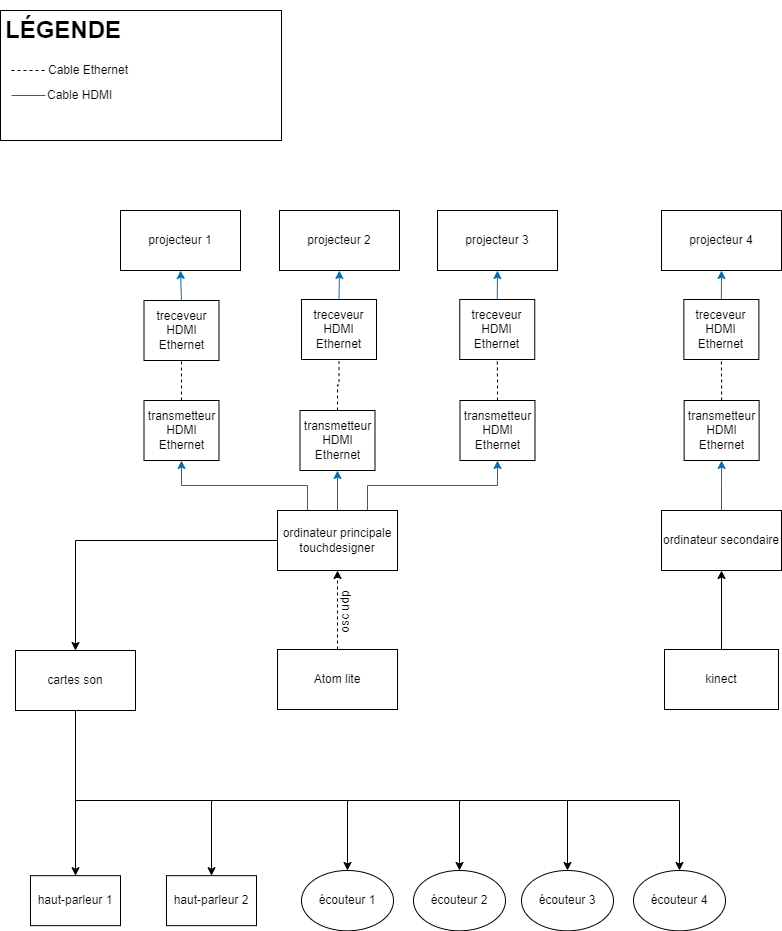
Before: docs/preproduction/medias/schemas/schema_branchement.png, a diagram exported from draw.io (Sonalux-projet2024/Sonalux). Source tidied: cells renumbered, new cells last; positions are measured from the earlier drawing's top-left corner, leaving out a move shared by most shapes.
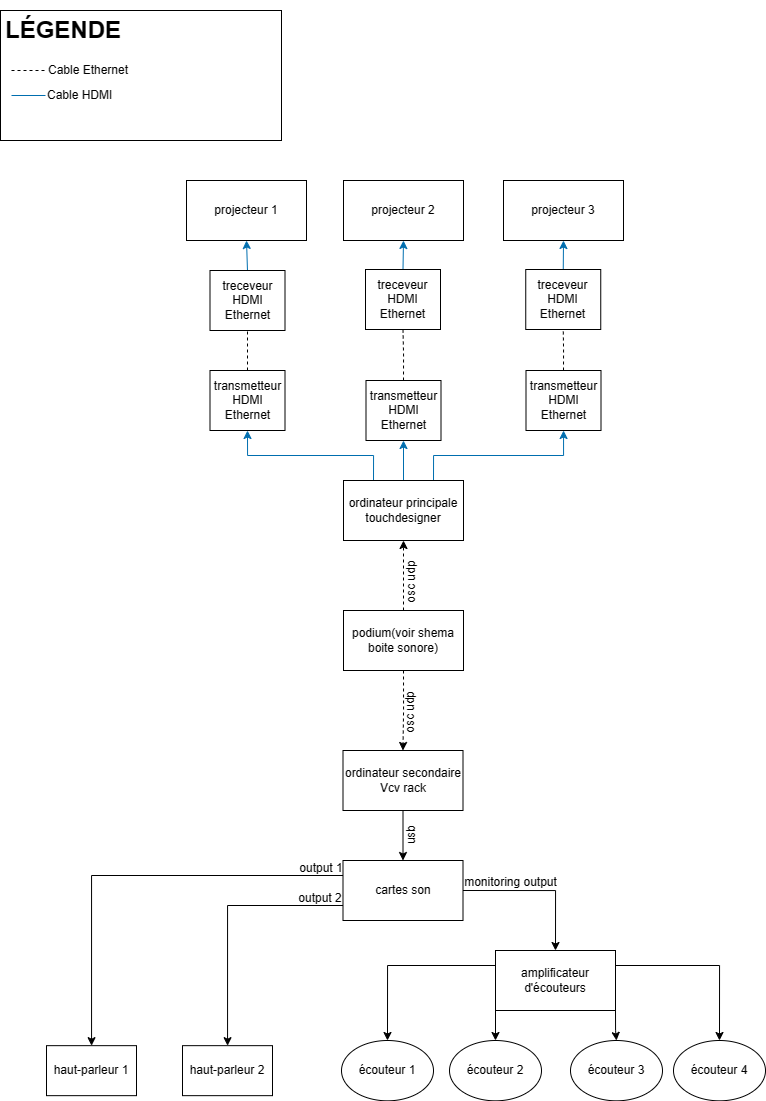
Above is the later version.

Commit message:
update schema de branchement 2024-03-06

What changed in the source:
```diff
@@ -2,9 +2,6 @@
   <root>
     <mxCell id="0" />
     <mxCell id="1" parent="0" />
-    <mxCell id="2" style="edgeStyle=orthogonalEdgeStyle;rounded=0;jettySize=auto;html=1;exitX=0;exitY=0.5;exitDx=0;exitDy=0;entryX=0.5;entryY=0;entryDx=0;entryDy=0;" parent="1" edge="1" source="6" target="17">
-      <mxGeometry relative="1" as="geometry" />
-    </mxCell>
     <mxCell id="3" style="edgeStyle=orthogonalEdgeStyle;rounded=0;jettySize=auto;html=1;exitX=0.25;exitY=0;exitDx=0;exitDy=0;entryX=0.5;entryY=1;entryDx=0;entryDy=0;fillColor=#1ba1e2;strokeColor=#006EAF;" parent="1" edge="1" source="6" target="32">
       <mxGeometry relative="1" as="geometry" />
     </mxCell>
@@ -15,110 +12,64 @@
       <mxGeometry relative="1" as="geometry" />
     </mxCell>
     <mxCell id="6" value="ordinateur principale&lt;br&gt;touchdesigner" style="rounded=0;whiteSpace=wrap;html=1;" parent="1" vertex="1">
-      <mxGeometry x="277" y="500" width="120" height="60" as="geometry" />
+      <mxGeometry x="343" y="470" width="120" height="60" as="geometry" />
     </mxCell>
-    <mxCell id="7" value="projecteur 4" style="whiteSpace=wrap;html=1;" parent="1" vertex="1">
-      <mxGeometry x="661" y="200" width="120" height="60" as="geometry" />
-    </mxCell>
     <mxCell id="8" value="projecteur 3" style="whiteSpace=wrap;html=1;" parent="1" vertex="1">
-      <mxGeometry x="437" y="200" width="120" height="60" as="geometry" />
+      <mxGeometry x="503" y="170" width="120" height="60" as="geometry" />
     </mxCell>
     <mxCell id="9" value="projecteur 2" style="whiteSpace=wrap;html=1;" parent="1" vertex="1">
-      <mxGeometry x="279" y="200" width="120" height="60" as="geometry" />
+      <mxGeometry x="343" y="170" width="120" height="60" as="geometry" />
     </mxCell>
     <mxCell id="10" value="projecteur 1" style="whiteSpace=wrap;html=1;" parent="1" vertex="1">
-      <mxGeometry x="120" y="200" width="120" height="60" as="geometry" />
+      <mxGeometry x="186" y="170" width="120" height="60" as="geometry" />
     </mxCell>
-    <mxCell id="11" style="edgeStyle=orthogonalEdgeStyle;rounded=0;jettySize=auto;html=1;exitX=0.5;exitY=1;exitDx=0;exitDy=0;" parent="1" edge="1" source="17" target="23">
+    <mxCell id="11" style="edgeStyle=orthogonalEdgeStyle;rounded=0;jettySize=auto;html=1;exitX=0;exitY=0.25;exitDx=0;exitDy=0;" parent="1" edge="1" source="17" target="23">
       <mxGeometry relative="1" as="geometry" />
     </mxCell>
-    <mxCell id="12" style="edgeStyle=orthogonalEdgeStyle;rounded=0;jettySize=auto;html=1;exitX=0.5;exitY=1;exitDx=0;exitDy=0;entryX=0.5;entryY=0;entryDx=0;entryDy=0;" parent="1" edge="1" source="17" target="18">
-      <mxGeometry relative="1" as="geometry">
-        <Array as="points">
-          <mxPoint x="75" y="790" />
-          <mxPoint x="211" y="790" />
-        </Array>
-      </mxGeometry>
+    <mxCell id="12" style="edgeStyle=orthogonalEdgeStyle;rounded=0;jettySize=auto;html=1;exitX=0;exitY=0.75;exitDx=0;exitDy=0;" parent="1" edge="1" source="17" target="18">
+      <mxGeometry relative="1" as="geometry" />
     </mxCell>
-    <mxCell id="13" style="edgeStyle=orthogonalEdgeStyle;rounded=0;jettySize=auto;html=1;exitX=0.5;exitY=1;exitDx=0;exitDy=0;" parent="1" edge="1" source="17" target="26">
-      <mxGeometry relative="1" as="geometry">
-        <Array as="points">
-          <mxPoint x="75" y="790" />
-          <mxPoint x="347" y="790" />
-        </Array>
-      </mxGeometry>
-    </mxCell>
-    <mxCell id="14" style="edgeStyle=orthogonalEdgeStyle;rounded=0;jettySize=auto;html=1;exitX=0.5;exitY=1;exitDx=0;exitDy=0;" parent="1" edge="1" source="17" target="27">
-      <mxGeometry relative="1" as="geometry">
-        <Array as="points">
-          <mxPoint x="75" y="790" />
-          <mxPoint x="459" y="790" />
-        </Array>
-      </mxGeometry>
-    </mxCell>
-    <mxCell id="15" style="edgeStyle=orthogonalEdgeStyle;rounded=0;jettySize=auto;html=1;exitX=0.5;exitY=1;exitDx=0;exitDy=0;" parent="1" edge="1" source="17" target="28">
-      <mxGeometry relative="1" as="geometry">
-        <Array as="points">
-          <mxPoint x="75" y="790" />
-          <mxPoint x="567" y="790" />
-        </Array>
-      </mxGeometry>
-    </mxCell>
-    <mxCell id="16" style="edgeStyle=orthogonalEdgeStyle;rounded=0;jettySize=auto;html=1;exitX=0.5;exitY=1;exitDx=0;exitDy=0;" parent="1" edge="1" source="17" target="29">
-      <mxGeometry relative="1" as="geometry">
-        <Array as="points">
-          <mxPoint x="75" y="790" />
-          <mxPoint x="679" y="790" />
-        </Array>
-      </mxGeometry>
-    </mxCell>
+    <mxCell id="53" style="edgeStyle=orthogonalEdgeStyle;rounded=0;jettySize=auto;html=1;exitX=1;exitY=0.5;exitDx=0;exitDy=0;entryX=0.5;entryY=0;entryDx=0;entryDy=0;" parent="1" edge="1" source="17" target="59">
+      <mxGeometry relative="1" as="geometry" />
+    </mxCell>
     <mxCell id="17" value="cartes son" style="whiteSpace=wrap;html=1;" parent="1" vertex="1">
-      <mxGeometry x="15" y="640" width="120" height="60" as="geometry" />
+      <mxGeometry x="342.5" y="850" width="120" height="60" as="geometry" />
     </mxCell>
     <mxCell id="18" value="haut-parleur 2" style="whiteSpace=wrap;html=1;" parent="1" vertex="1">
-      <mxGeometry x="166" y="865.2" width="90" height="50" as="geometry" />
+      <mxGeometry x="182" y="1035.2" width="90" height="50" as="geometry" />
     </mxCell>
-    <mxCell id="19" style="edgeStyle=orthogonalEdgeStyle;rounded=0;jettySize=auto;html=1;exitX=0.5;exitY=0;exitDx=0;exitDy=0;entryX=0.5;entryY=1;entryDx=0;entryDy=0;" parent="1" edge="1" source="20" target="25">
-      <mxGeometry relative="1" as="geometry" />
-    </mxCell>
-    <mxCell id="20" value="kinect" style="whiteSpace=wrap;html=1;" parent="1" vertex="1">
-      <mxGeometry x="664" y="639" width="114" height="60" as="geometry" />
-    </mxCell>
     <mxCell id="21" style="edgeStyle=orthogonalEdgeStyle;rounded=0;jettySize=auto;html=1;exitX=0.5;exitY=0;exitDx=0;exitDy=0;entryX=0.5;entryY=1;entryDx=0;entryDy=0;dashed=1;" parent="1" edge="1" source="22" target="6">
       <mxGeometry relative="1" as="geometry" />
     </mxCell>
+    <mxCell id="54" style="edgeStyle=orthogonalEdgeStyle;rounded=0;jettySize=auto;html=1;exitX=0.5;exitY=1;exitDx=0;exitDy=0;dashed=1;" parent="1" edge="1" source="22" target="61">
+      <mxGeometry relative="1" as="geometry" />
+    </mxCell>
-    <mxCell id="22" value="Atom lite" style="whiteSpace=wrap;html=1;" parent="1" vertex="1">
-      <mxGeometry x="277" y="639" width="120" height="60" as="geometry" />
+    <mxCell id="22" value="podium(voir shema boite sonore)" style="whiteSpace=wrap;html=1;" parent="1" vertex="1">
+      <mxGeometry x="343" y="600" width="120" height="60" as="geometry" />
     </mxCell>
     <mxCell id="23" value="haut-parleur 1" style="whiteSpace=wrap;html=1;" parent="1" vertex="1">
-      <mxGeometry x="30" y="865.2" width="90" height="50" as="geometry" />
+      <mxGeometry x="46" y="1035.2" width="90" height="50" as="geometry" />
     </mxCell>
-    <mxCell id="24" style="edgeStyle=orthogonalEdgeStyle;rounded=0;jettySize=auto;html=1;exitX=0.5;exitY=0;exitDx=0;exitDy=0;entryX=0.5;entryY=1;entryDx=0;entryDy=0;fillColor=#1ba1e2;strokeColor=#006EAF;" parent="1" edge="1" source="25" target="50">
-      <mxGeometry relative="1" as="geometry" />
-    </mxCell>
-    <mxCell id="25" value="ordinateur secondaire" style="rounded=0;whiteSpace=wrap;html=1;" parent="1" vertex="1">
-      <mxGeometry x="661" y="500" width="120" height="60" as="geometry" />
-    </mxCell>
     <mxCell id="26" value="écouteur 1" style="ellipse;whiteSpace=wrap;html=1;" parent="1" vertex="1">
-      <mxGeometry x="301" y="860" width="92" height="60.3" as="geometry" />
+      <mxGeometry x="341" y="1030" width="92" height="60.3" as="geometry" />
     </mxCell>
     <mxCell id="27" value="écouteur 2" style="ellipse;whiteSpace=wrap;html=1;" parent="1" vertex="1">
-      <mxGeometry x="413" y="860" width="92" height="60.3" as="geometry" />
+      <mxGeometry x="449" y="1030" width="92" height="60.3" as="geometry" />
     </mxCell>
     <mxCell id="28" value="écouteur 3" style="ellipse;whiteSpace=wrap;html=1;" parent="1" vertex="1">
-      <mxGeometry x="521" y="860" width="92" height="60.3" as="geometry" />
+      <mxGeometry x="570" y="1030" width="92" height="60.3" as="geometry" />
     </mxCell>
     <mxCell id="29" value="écouteur 4" style="ellipse;whiteSpace=wrap;html=1;" parent="1" vertex="1">
-      <mxGeometry x="633" y="860" width="92" height="60.3" as="geometry" />
+      <mxGeometry x="673" y="1030" width="92" height="60.3" as="geometry" />
     </mxCell>
     <mxCell id="30" value="osc udp" style="text;html=1;strokeColor=none;fillColor=none;align=center;verticalAlign=middle;whiteSpace=wrap;rounded=0;rotation=-90;" parent="1" vertex="1">
-      <mxGeometry x="304" y="586.5" width="80" height="30" as="geometry" />
+      <mxGeometry x="370" y="556.5" width="80" height="30" as="geometry" />
     </mxCell>
     <mxCell id="31" style="edgeStyle=orthogonalEdgeStyle;rounded=0;jettySize=auto;html=1;exitX=0.5;exitY=0;exitDx=0;exitDy=0;entryX=0.5;entryY=1;entryDx=0;entryDy=0;dashed=1;endArrow=none;endFill=0;" parent="1" edge="1" source="32" target="40">
       <mxGeometry relative="1" as="geometry" />
     </mxCell>
     <mxCell id="32" value="transmetteur HDMI Ethernet" style="rounded=0;whiteSpace=wrap;html=1;" parent="1" vertex="1">
-      <mxGeometry x="143.5" y="390" width="75" height="60" as="geometry" />
+      <mxGeometry x="209.5" y="360" width="75" height="60" as="geometry" />
     </mxCell>
     <mxCell id="33" style="rounded=0;whiteSpace=wrap;html=1;align=left;" parent="1" vertex="1">
       <mxGeometry width="281" height="130" as="geometry" />
@@ -146,43 +97,67 @@
       <mxGeometry relative="1" as="geometry" />
     </mxCell>
     <mxCell id="40" value="treceveur HDMI Ethernet" style="rounded=0;whiteSpace=wrap;html=1;" parent="1" vertex="1">
-      <mxGeometry x="143.5" y="290" width="75" height="60" as="geometry" />
+      <mxGeometry x="209.5" y="260" width="75" height="60" as="geometry" />
     </mxCell>
     <mxCell id="41" style="edgeStyle=orthogonalEdgeStyle;rounded=0;jettySize=auto;html=1;exitX=0.5;exitY=0;exitDx=0;exitDy=0;entryX=0.5;entryY=1;entryDx=0;entryDy=0;dashed=1;endArrow=none;endFill=0;" parent="1" edge="1" source="42" target="44">
       <mxGeometry relative="1" as="geometry" />
     </mxCell>
     <mxCell id="42" value="transmetteur HDMI Ethernet" style="rounded=0;whiteSpace=wrap;html=1;" parent="1" vertex="1">
-      <mxGeometry x="299.5" y="400" width="75" height="60" as="geometry" />
+      <mxGeometry x="365.5" y="370" width="75" height="60" as="geometry" />
     </mxCell>
     <mxCell id="43" style="edgeStyle=orthogonalEdgeStyle;rounded=0;jettySize=auto;html=1;exitX=0.5;exitY=0;exitDx=0;exitDy=0;entryX=0.5;entryY=1;entryDx=0;entryDy=0;fillColor=#1ba1e2;strokeColor=#006EAF;" parent="1" edge="1" source="44" target="9">
       <mxGeometry relative="1" as="geometry" />
     </mxCell>
     <mxCell id="44" value="treceveur HDMI Ethernet" style="rounded=0;whiteSpace=wrap;html=1;" parent="1" vertex="1">
-      <mxGeometry x="301" y="289" width="75" height="60" as="geometry" />
+      <mxGeometry x="365" y="259" width="75" height="60" as="geometry" />
     </mxCell>
     <mxCell id="45" style="edgeStyle=orthogonalEdgeStyle;rounded=0;jettySize=auto;html=1;exitX=0.5;exitY=0;exitDx=0;exitDy=0;entryX=0.5;entryY=1;entryDx=0;entryDy=0;dashed=1;endArrow=none;endFill=0;" parent="1" edge="1" source="46" target="48">
       <mxGeometry relative="1" as="geometry" />
     </mxCell>
     <mxCell id="46" value="transmetteur HDMI Ethernet" style="rounded=0;whiteSpace=wrap;html=1;" parent="1" vertex="1">
-      <mxGeometry x="459.5" y="390" width="75" height="60" as="geometry" />
+      <mxGeometry x="525.5" y="360" width="75" height="60" as="geometry" />
     </mxCell>
     <mxCell id="47" style="edgeStyle=orthogonalEdgeStyle;rounded=0;jettySize=auto;html=1;exitX=0.5;exitY=0;exitDx=0;exitDy=0;entryX=0.5;entryY=1;entryDx=0;entryDy=0;fillColor=#1ba1e2;strokeColor=#006EAF;" parent="1" edge="1" source="48" target="8">
       <mxGeometry relative="1" as="geometry" />
     </mxCell>
     <mxCell id="48" value="treceveur HDMI Ethernet" style="rounded=0;whiteSpace=wrap;html=1;" parent="1" vertex="1">
-      <mxGeometry x="459.2" y="289" width="75" height="60" as="geometry" />
+      <mxGeometry x="525.2" y="259" width="75" height="60" as="geometry" />
     </mxCell>
-    <mxCell id="49" style="edgeStyle=orthogonalEdgeStyle;rounded=0;jettySize=auto;html=1;exitX=0.5;exitY=0;exitDx=0;exitDy=0;entryX=0.5;entryY=1;entryDx=0;entryDy=0;dashed=1;endArrow=none;endFill=0;" parent="1" edge="1" source="50" target="52">
-      <mxGeometry relative="1" as="geometry" />
-    </mxCell>
-    <mxCell id="50" value="transmetteur HDMI Ethernet" style="rounded=0;whiteSpace=wrap;html=1;" parent="1" vertex="1">
-      <mxGeometry x="683.6" y="390" width="75" height="60" as="geometry" />
-    </mxCell>
-    <mxCell id="51" style="edgeStyle=orthogonalEdgeStyle;rounded=0;jettySize=auto;html=1;exitX=0.5;exitY=0;exitDx=0;exitDy=0;entryX=0.5;entryY=1;entryDx=0;entryDy=0;fillColor=#1ba1e2;strokeColor=#006EAF;" parent="1" edge="1" source="52" target="7">
-      <mxGeometry relative="1" as="geometry" />
-    </mxCell>
-    <mxCell id="52" value="treceveur HDMI Ethernet" style="rounded=0;whiteSpace=wrap;html=1;" parent="1" vertex="1">
-      <mxGeometry x="683.4" y="289" width="75" height="60" as="geometry" />
-    </mxCell>
+    <mxCell id="55" style="edgeStyle=orthogonalEdgeStyle;rounded=0;jettySize=auto;html=1;exitX=0;exitY=0.25;exitDx=0;exitDy=0;" parent="1" edge="1" source="59" target="26">
+      <mxGeometry relative="1" as="geometry" />
+    </mxCell>
+    <mxCell id="56" style="edgeStyle=orthogonalEdgeStyle;rounded=0;jettySize=auto;html=1;exitX=0;exitY=1;exitDx=0;exitDy=0;entryX=0.5;entryY=0;entryDx=0;entryDy=0;" parent="1" edge="1" source="59" target="27">
+      <mxGeometry relative="1" as="geometry" />
+    </mxCell>
+    <mxCell id="57" style="edgeStyle=orthogonalEdgeStyle;rounded=0;jettySize=auto;html=1;exitX=1;exitY=1;exitDx=0;exitDy=0;" parent="1" edge="1" source="59" target="28">
+      <mxGeometry relative="1" as="geometry" />
+    </mxCell>
+    <mxCell id="58" style="edgeStyle=orthogonalEdgeStyle;rounded=0;jettySize=auto;html=1;exitX=1;exitY=0.25;exitDx=0;exitDy=0;entryX=0.5;entryY=0;entryDx=0;entryDy=0;" parent="1" edge="1" source="59" target="29">
+      <mxGeometry relative="1" as="geometry" />
+    </mxCell>
+    <mxCell id="59" value="amplificateur d'écouteurs" style="whiteSpace=wrap;html=1;" parent="1" vertex="1">
+      <mxGeometry x="495" y="940" width="120" height="60" as="geometry" />
+    </mxCell>
+    <mxCell id="60" style="edgeStyle=orthogonalEdgeStyle;rounded=0;jettySize=auto;html=1;exitX=0.5;exitY=1;exitDx=0;exitDy=0;" parent="1" edge="1" source="61" target="17">
+      <mxGeometry relative="1" as="geometry" />
+    </mxCell>
+    <mxCell id="61" value="ordinateur secondaire&lt;br&gt;Vcv rack" style="whiteSpace=wrap;html=1;" parent="1" vertex="1">
+      <mxGeometry x="342.5" y="740" width="120" height="60" as="geometry" />
+    </mxCell>
+    <mxCell id="62" value="osc udp" style="text;html=1;strokeColor=none;fillColor=none;align=center;verticalAlign=middle;whiteSpace=wrap;rounded=0;rotation=-90;" parent="1" vertex="1">
+      <mxGeometry x="370" y="687" width="80" height="30" as="geometry" />
+    </mxCell>
+    <mxCell id="63" value="usb" style="text;html=1;strokeColor=none;fillColor=none;align=center;verticalAlign=middle;whiteSpace=wrap;rounded=0;rotation=-90;" parent="1" vertex="1">
+      <mxGeometry x="380.5" y="810" width="60" height="30" as="geometry" />
+    </mxCell>
+    <mxCell id="64" value="output 1" style="text;html=1;strokeColor=none;fillColor=none;align=center;verticalAlign=middle;whiteSpace=wrap;rounded=0;" parent="1" vertex="1">
+      <mxGeometry x="291" y="843" width="60" height="30" as="geometry" />
+    </mxCell>
+    <mxCell id="65" value="output 2" style="text;html=1;strokeColor=none;fillColor=none;align=center;verticalAlign=middle;whiteSpace=wrap;rounded=0;" parent="1" vertex="1">
+      <mxGeometry x="290" y="873" width="60" height="30" as="geometry" />
+    </mxCell>
+    <mxCell id="66" value="monitoring output" style="text;html=1;align=center;verticalAlign=middle;strokeColor=none;fillColor=none;" parent="1" vertex="1">
+      <mxGeometry x="450" y="857" width="120" height="30" as="geometry" />
+    </mxCell>
   </root>
 </mxGraphModel>
```
